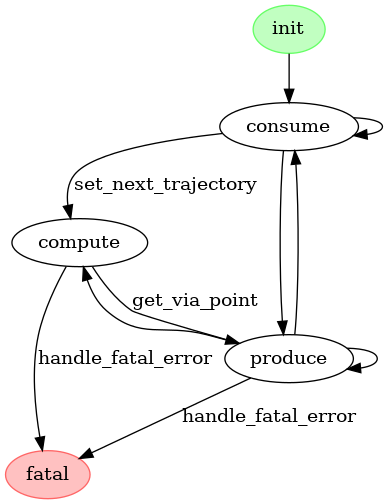
Earlier version of the Graphviz export firmware/assets/gv_fsm/_fsm_middleware.dot.png (itacarobotics/Metis2). Its source is kept beside it as firmware/assets/gv_fsm/_fsm_middleware.dot. Source of this version:
```dot
digraph fsm_middleware {
	node [shape=ellipse]
	init [color="#66ff66" fillcolor="#c1ffc1" style=filled]
	consume
	compute
	produce
	fatal [color="#ff6666" fillcolor="#ffc1c1" style=filled]
	init -> consume [label=""]
	consume -> consume [label=""]
	consume -> compute [label=set_next_trajectory]
	consume -> produce [label=""]
	compute -> produce [label=get_via_point]
	compute -> fatal [label=handle_fatal_error]
	produce -> compute [label=""]
	produce -> consume [label=""]
	produce -> produce [label=""]
	produce -> fatal [label=handle_fatal_error]
}
```
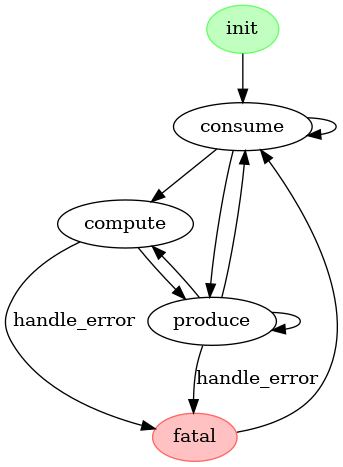
Above is the later version.

The edit, as a diff of the source:
```diff
@@ -7,12 +7,13 @@
 	fatal [color="#ff6666" fillcolor="#ffc1c1" style=filled]
 	init -> consume [label=""]
 	consume -> consume [label=""]
-	consume -> compute [label=set_next_trajectory]
+	consume -> compute [label=""]
 	consume -> produce [label=""]
-	compute -> produce [label=get_via_point]
-	compute -> fatal [label=handle_fatal_error]
+	compute -> produce [label=""]
+	compute -> fatal [label=handle_error]
 	produce -> compute [label=""]
 	produce -> consume [label=""]
 	produce -> produce [label=""]
-	produce -> fatal [label=handle_fatal_error]
+	produce -> fatal [label=handle_error]
+	fatal -> consume [label=""]
 }
```
